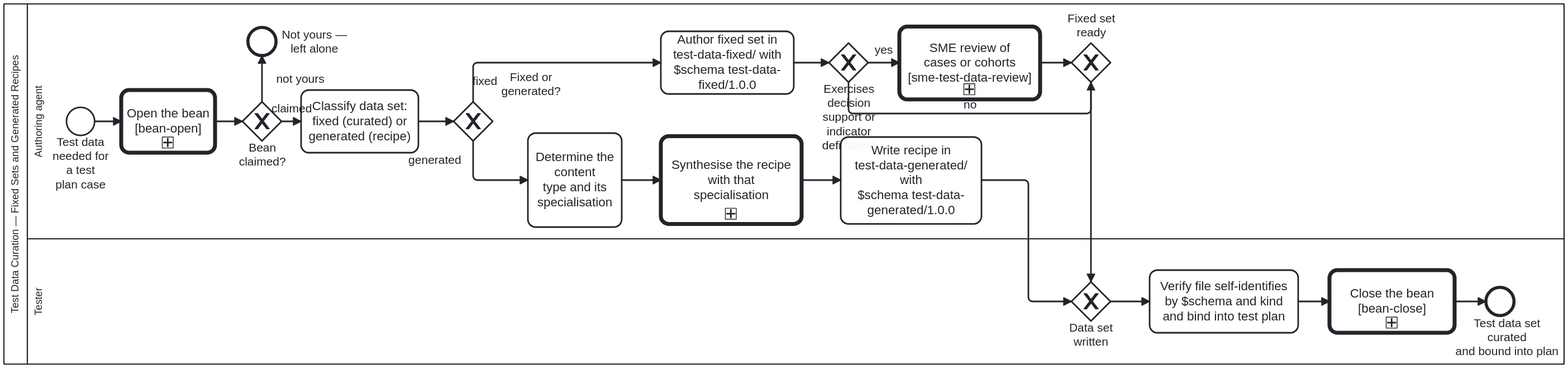
This is docs/assets/img/workflows/test-data-curation.svg from litlfred/cat-harness, a BPMN export, as it was before one commit. Its source is kept beside it as processes/sdlc/test-data-curation.bpmn. Ids are renumbered.
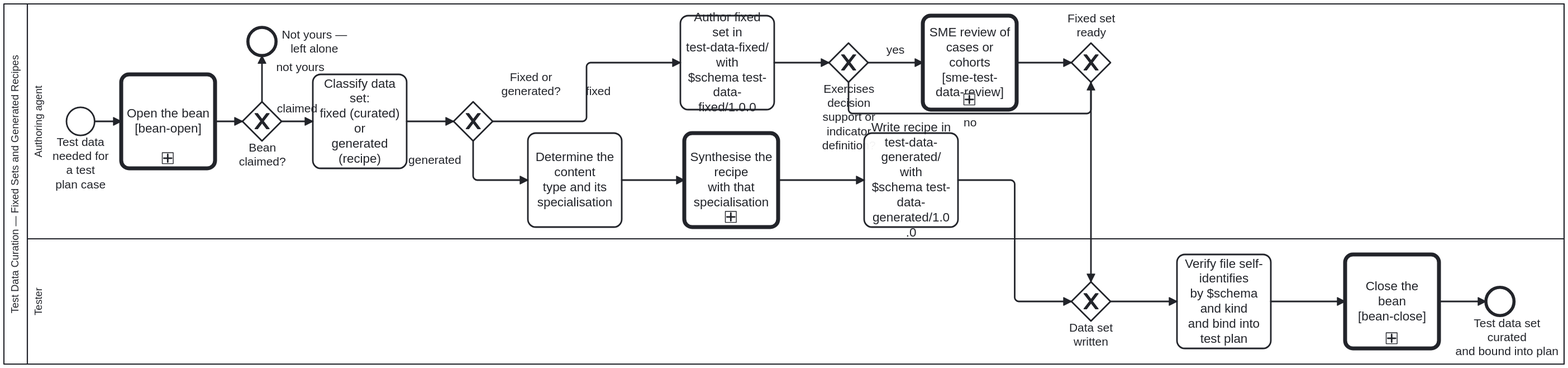
The same diagram one commit later.

The edit, as a diff of the source:
```diff
@@ -215,58 +215,62 @@
         <dc:Bounds x="200" y="192" width="36" height="36" />
       </bpmndi:BPMNShape>
       <bpmndi:BPMNShape id="Shape_Task_ClassifySet" bpmnElement="Task_ClassifySet">
-        <dc:Bounds x="500" y="170" width="150" height="80" />
+        <dc:Bounds x="515" y="150" width="120" height="120" />
       </bpmndi:BPMNShape>
       <bpmndi:BPMNShape id="Shape_GW_SetKind" bpmnElement="GW_SetKind" isMarkerVisible="true">
         <dc:Bounds x="695" y="185" width="50" height="50" />
 
       <bpmndi:BPMNLabel><dc:Bounds x="749" y="145" width="90" height="36" /></bpmndi:BPMNLabel></bpmndi:BPMNShape>
       <bpmndi:BPMNShape id="Shape_Task_CurateFixed" bpmnElement="Task_CurateFixed">
-        <dc:Bounds x="960" y="95" width="170" height="80" />
+        <dc:Bounds x="985" y="75" width="120" height="120" />
       </bpmndi:BPMNShape>
       <bpmndi:BPMNShape id="Shape_GW_NeedsSmeReview" bpmnElement="GW_NeedsSmeReview" isMarkerVisible="true">
         <dc:Bounds x="1175" y="110" width="50" height="50" />
       </bpmndi:BPMNShape>
       <bpmndi:BPMNShape id="Shape_Call_SmeReview" bpmnElement="Call_SmeReview">
-        <dc:Bounds x="1265" y="88.5" width="180" height="93" />
+        <dc:Bounds x="1295" y="75" width="120" height="120" />
       </bpmndi:BPMNShape>
       <bpmndi:BPMNShape id="Shape_GW_JoinFixed" bpmnElement="GW_JoinFixed" isMarkerVisible="true">
         <dc:Bounds x="1485" y="110" width="50" height="50" />
 
       <bpmndi:BPMNLabel><dc:Bounds x="1465" y="70" width="90" height="36" /></bpmndi:BPMNLabel></bpmndi:BPMNShape>
       <bpmndi:BPMNShape id="Shape_Task_DetermineSpecialisation" bpmnElement="Task_DetermineSpecialisation">
-        <dc:Bounds x="790" y="225" width="120" height="120"/>
+        <dc:Bounds x="790" y="225" width="120" height="120" />
       </bpmndi:BPMNShape>
-      <bpmndi:BPMNEdge id="Edge_Flow_Specialisation" bpmnElement="Flow_Specialisation"><di:waypoint x="910" y="285"/><di:waypoint x="960" y="285"/></bpmndi:BPMNEdge>
+      <bpmndi:BPMNEdge id="Edge_Flow_Specialisation" bpmnElement="Flow_Specialisation">
+        <di:waypoint x="910" y="285" />
+        <di:waypoint x="990" y="285" />
+      </bpmndi:BPMNEdge>
       <bpmndi:BPMNShape id="Shape_Call_ContentTypeSpecialisation" bpmnElement="Call_ContentTypeSpecialisation">
-        <dc:Bounds x="960" y="229" width="180" height="112" />
+        <dc:Bounds x="990" y="225" width="120" height="120" />
       </bpmndi:BPMNShape>
       <bpmndi:BPMNShape id="Shape_Task_WriteRecipe" bpmnElement="Task_WriteRecipe">
-        <dc:Bounds x="1190" y="229.5" width="180" height="111" />
+        <dc:Bounds x="1220" y="225" width="120" height="120" />
       </bpmndi:BPMNShape>
       <bpmndi:BPMNShape id="Shape_GW_MergeKind" bpmnElement="GW_MergeKind" isMarkerVisible="true">
         <dc:Bounds x="1485" y="415" width="50" height="50" />
       </bpmndi:BPMNShape>
       <bpmndi:BPMNShape id="Shape_Task_VerifySelfIdentifying" bpmnElement="Task_VerifySelfIdentifying">
-        <dc:Bounds x="1585" y="400" width="190" height="80" />
+        <dc:Bounds x="1620" y="380" width="120" height="120" />
       </bpmndi:BPMNShape>
       <bpmndi:BPMNShape id="Shape_End_Curated" bpmnElement="End_Curated">
         <dc:Bounds x="2015" y="422" width="36" height="36" />
-        <bpmndi:BPMNLabel><dc:Bounds x="1974.76" y="458.5" width="135" height="54" /></bpmndi:BPMNLabel>
-      </bpmndi:BPMNShape>
+
+      <bpmndi:BPMNLabel><dc:Bounds x="1974.76" y="458.5" width="135" height="54" /></bpmndi:BPMNLabel></bpmndi:BPMNShape>
 
       <bpmndi:BPMNEdge id="Edge_Flow_1" bpmnElement="Flow_1">
-        <di:waypoint x="236" y="210"/>
-        <di:waypoint x="270" y="210"/>
+        <di:waypoint x="236" y="210" />
+        <di:waypoint x="270" y="210" />
       </bpmndi:BPMNEdge>
       <bpmndi:BPMNEdge id="Edge_Flow_2" bpmnElement="Flow_2">
-        <di:waypoint x="650" y="210"/>
-        <di:waypoint x="695" y="210"/>
+        <di:waypoint x="635" y="210" />
+        <di:waypoint x="695" y="210" />
       </bpmndi:BPMNEdge>
       <bpmndi:BPMNEdge id="Edge_Flow_Fixed" bpmnElement="Flow_Fixed">
-        <di:waypoint x="720" y="185"/>
-        <di:waypoint x="720" y="135"/>
-        <di:waypoint x="960" y="135"/>
+        <di:waypoint x="745" y="210" />
+        <di:waypoint x="865" y="210" />
+        <di:waypoint x="865" y="135" />
+        <di:waypoint x="985" y="135" />
       </bpmndi:BPMNEdge>
       <bpmndi:BPMNEdge id="Edge_Flow_Generated" bpmnElement="Flow_Generated">
         <di:waypoint x="720" y="235" />
@@ -275,22 +279,22 @@
         <bpmndi:BPMNLabel><dc:Bounds x="626" y="251" width="90" height="18" /></bpmndi:BPMNLabel>
       </bpmndi:BPMNEdge>
       <bpmndi:BPMNEdge id="Edge_Flow_3" bpmnElement="Flow_3">
-        <di:waypoint x="1130" y="135"/>
-        <di:waypoint x="1175" y="135"/>
+        <di:waypoint x="1105" y="135" />
+        <di:waypoint x="1175" y="135" />
       </bpmndi:BPMNEdge>
       <bpmndi:BPMNEdge id="Edge_Flow_SmeYes" bpmnElement="Flow_SmeYes">
         <di:waypoint x="1225" y="135" />
-        <di:waypoint x="1265" y="135" />
+        <di:waypoint x="1295" y="135" />
       </bpmndi:BPMNEdge>
       <bpmndi:BPMNEdge id="Edge_Flow_SmeNo" bpmnElement="Flow_SmeNo">
         <di:waypoint x="1200" y="160"/>
         <di:waypoint x="1200" y="200"/>
         <di:waypoint x="1510" y="200"/>
         <di:waypoint x="1510" y="160"/>
-        <bpmndi:BPMNLabel><dc:Bounds x="1310" y="180" width="90" height="17" /></bpmndi:BPMNLabel>
+        <bpmndi:BPMNLabel><dc:Bounds x="1310" y="203" width="90" height="17" /></bpmndi:BPMNLabel>
       </bpmndi:BPMNEdge>
       <bpmndi:BPMNEdge id="Edge_Flow_4" bpmnElement="Flow_4">
-        <di:waypoint x="1445" y="135" />
+        <di:waypoint x="1415" y="135" />
         <di:waypoint x="1485" y="135" />
       </bpmndi:BPMNEdge>
       <bpmndi:BPMNEdge id="Edge_Flow_5" bpmnElement="Flow_5">
@@ -298,25 +302,25 @@
         <di:waypoint x="1510" y="415"/>
       </bpmndi:BPMNEdge>
       <bpmndi:BPMNEdge id="Edge_Flow_6" bpmnElement="Flow_6">
-        <di:waypoint x="1140" y="285" />
-        <di:waypoint x="1190" y="285" />
+        <di:waypoint x="1110" y="285" />
+        <di:waypoint x="1220" y="285" />
       </bpmndi:BPMNEdge>
       <bpmndi:BPMNEdge id="Edge_Flow_7" bpmnElement="Flow_7">
-        <di:waypoint x="1370" y="285" />
-        <di:waypoint x="1430" y="285" />
-        <di:waypoint x="1430" y="440" />
+        <di:waypoint x="1340" y="285" />
+        <di:waypoint x="1412.5" y="285" />
+        <di:waypoint x="1412.5" y="440" />
         <di:waypoint x="1485" y="440" />
       </bpmndi:BPMNEdge>
       <bpmndi:BPMNEdge id="Edge_Flow_8" bpmnElement="Flow_8">
-        <di:waypoint x="1535" y="440"/>
-        <di:waypoint x="1585" y="440"/>
+        <di:waypoint x="1535" y="440" />
+        <di:waypoint x="1620" y="440" />
       </bpmndi:BPMNEdge>
       <bpmndi:BPMNEdge id="Edge_Flow_9" bpmnElement="Flow_9">
-        <di:waypoint x="1775" y="440" />
-        <di:waypoint x="1815" y="440" />
+        <di:waypoint x="1740" y="440" />
+        <di:waypoint x="1835" y="440" />
       </bpmndi:BPMNEdge>
       <bpmndi:BPMNShape id="Shape_Call_BeanOpen" bpmnElement="Call_BeanOpen">
-        <dc:Bounds x="270" y="170" width="120" height="80" />
+        <dc:Bounds x="270" y="150" width="120" height="120" />
       </bpmndi:BPMNShape>
       <bpmndi:BPMNShape id="Shape_GW_BeanYours" bpmnElement="GW_BeanYours" isMarkerVisible="true">
         <dc:Bounds x="425" y="185" width="50" height="50" />
@@ -326,23 +330,23 @@
 
       <bpmndi:BPMNLabel><dc:Bounds x="472" y="90.5" width="90" height="35" /></bpmndi:BPMNLabel></bpmndi:BPMNShape>
       <bpmndi:BPMNShape id="Shape_Call_BeanClose" bpmnElement="Call_BeanClose">
-        <dc:Bounds x="1815" y="400" width="160" height="80" />
+        <dc:Bounds x="1835" y="380" width="120" height="120" />
       </bpmndi:BPMNShape>
       <bpmndi:BPMNEdge id="Edge_SF_Bean_2" bpmnElement="SF_Bean_2">
-        <di:waypoint x="390" y="210"/>
-        <di:waypoint x="425" y="210"/>
+        <di:waypoint x="390" y="210" />
+        <di:waypoint x="425" y="210" />
       </bpmndi:BPMNEdge>
       <bpmndi:BPMNEdge id="Edge_SF_Bean_1" bpmnElement="SF_Bean_1">
-        <di:waypoint x="475" y="210"/>
-        <di:waypoint x="500" y="210"/>
+        <di:waypoint x="475" y="210" />
+        <di:waypoint x="515" y="210" />
       </bpmndi:BPMNEdge>
       <bpmndi:BPMNEdge id="Edge_SF_Bean_3" bpmnElement="SF_Bean_3">
         <di:waypoint x="450" y="185"/>
         <di:waypoint x="450" y="126"/>
-        <bpmndi:BPMNLabel><dc:Bounds x="454" y="146.5" width="90" height="18" /></bpmndi:BPMNLabel>
+        <bpmndi:BPMNLabel><dc:Bounds x="454" y="131.75" width="90" height="18" /></bpmndi:BPMNLabel>
       </bpmndi:BPMNEdge>
       <bpmndi:BPMNEdge id="Edge_SF_Bean_4" bpmnElement="SF_Bean_4">
-        <di:waypoint x="1975" y="440" />
+        <di:waypoint x="1955" y="440" />
         <di:waypoint x="2015" y="440" />
       </bpmndi:BPMNEdge>
     </bpmndi:BPMNPlane>
```
